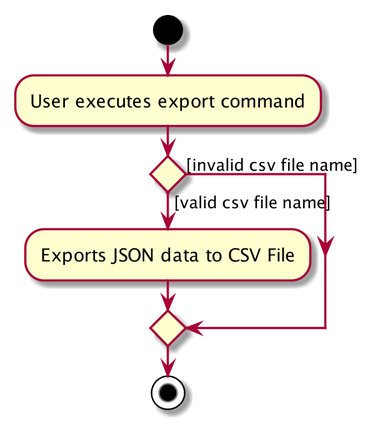
This is docs/images/ExportFileActivityDiagram.png from terencemah/main, a PlantUML export, as it was before one commit. The source it was exported from:
```plantuml
@startuml
start
:User executes export command;

if () then ([valid csv file name])
    :Exports JSON data to CSV File;
else ([invalid csv file name])
endif
stop
@enduml
```
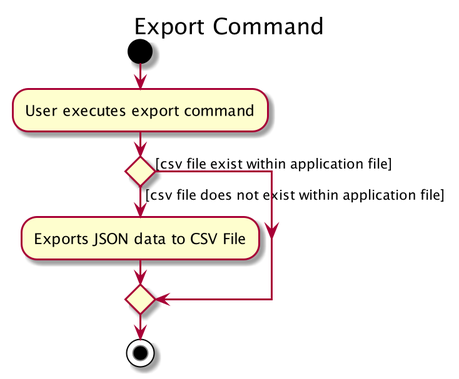
Above is the later version.

Change to the diagram source:
```diff
@@ -1,10 +1,11 @@
 @startuml
+title Export Command
 start
 :User executes export command;
 
-if () then ([valid csv file name])
+if () then ([csv file does not exist within application file])
     :Exports JSON data to CSV File;
-else ([invalid csv file name])
+else ([csv file exist within application file])
 endif
 stop
 @enduml
```
